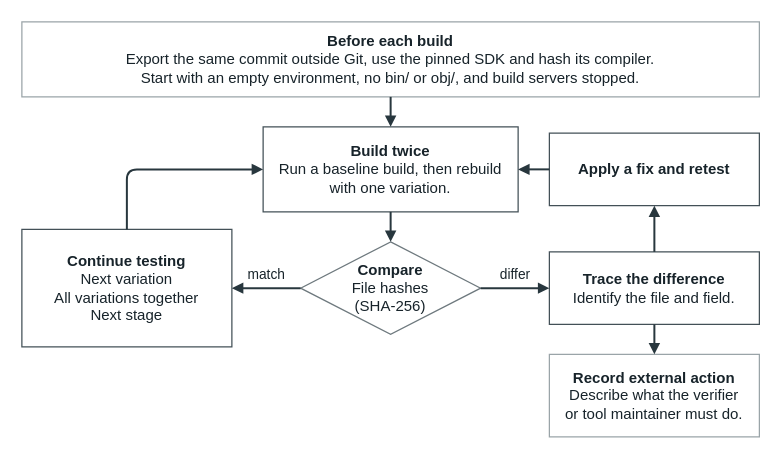
The draw.io diagram 1-ws-pems/figures/rq1-method-loop.drawio in leosakharoff/dotnet-rebuild-experiments, before the edit. Source tidied: cells renumbered, new cells numbered last; positions are measured from the earlier drawing's top-left corner, leaving out a move shared by most shapes. Both pictures are drawn from the tidied source at 125%, with x=0, y=0 at pixel (21, 21).
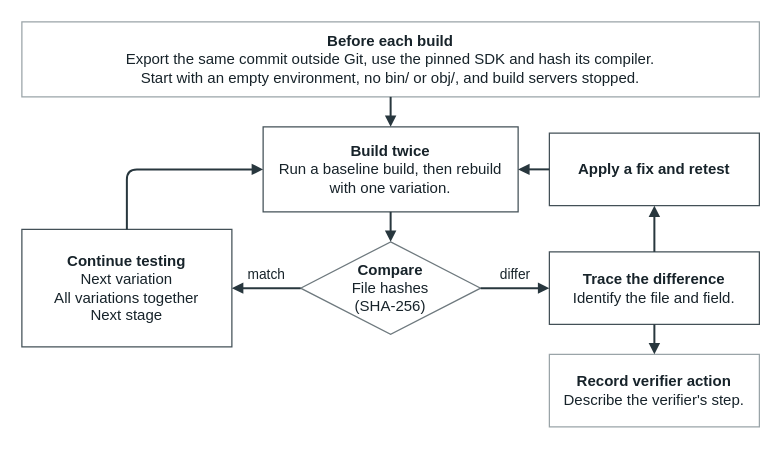
After the change.

Commit message (it also covers changes not shown here):
Method loop figure: 'Record verifier action', no tool maintainer

What changed in the source:
```diff
@@
-    <mxCell id="8" value="&lt;b&gt;Record external action&lt;/b&gt;&lt;br&gt;Describe what the verifier&lt;br&gt;or tool maintainer must do." style="rounded=0;fillColor=#ffffff;strokeColor=#9aa4a8;html=1;whiteSpace=wrap;align=center;verticalAlign=middle;fontFamily=Helvetica;fontSize=12;fontColor=#17232a;strokeWidth=1;spacing=12;" parent="1" vertex="1">
-      <mxGeometry x="422" y="266" width="168" height="66" as="geometry" />
+    <mxCell id="8" value="&lt;b&gt;Record verifier action&lt;/b&gt;&lt;br&gt;Describe the verifier's step." style="rounded=0;fillColor=#ffffff;strokeColor=#9aa4a8;html=1;whiteSpace=wrap;align=center;verticalAlign=middle;fontFamily=Helvetica;fontSize=12;fontColor=#17232a;strokeWidth=1;spacing=12;" parent="1" vertex="1">
+      <mxGeometry x="422" y="266" width="168" height="58" as="geometry" />
     </mxCell>
```
